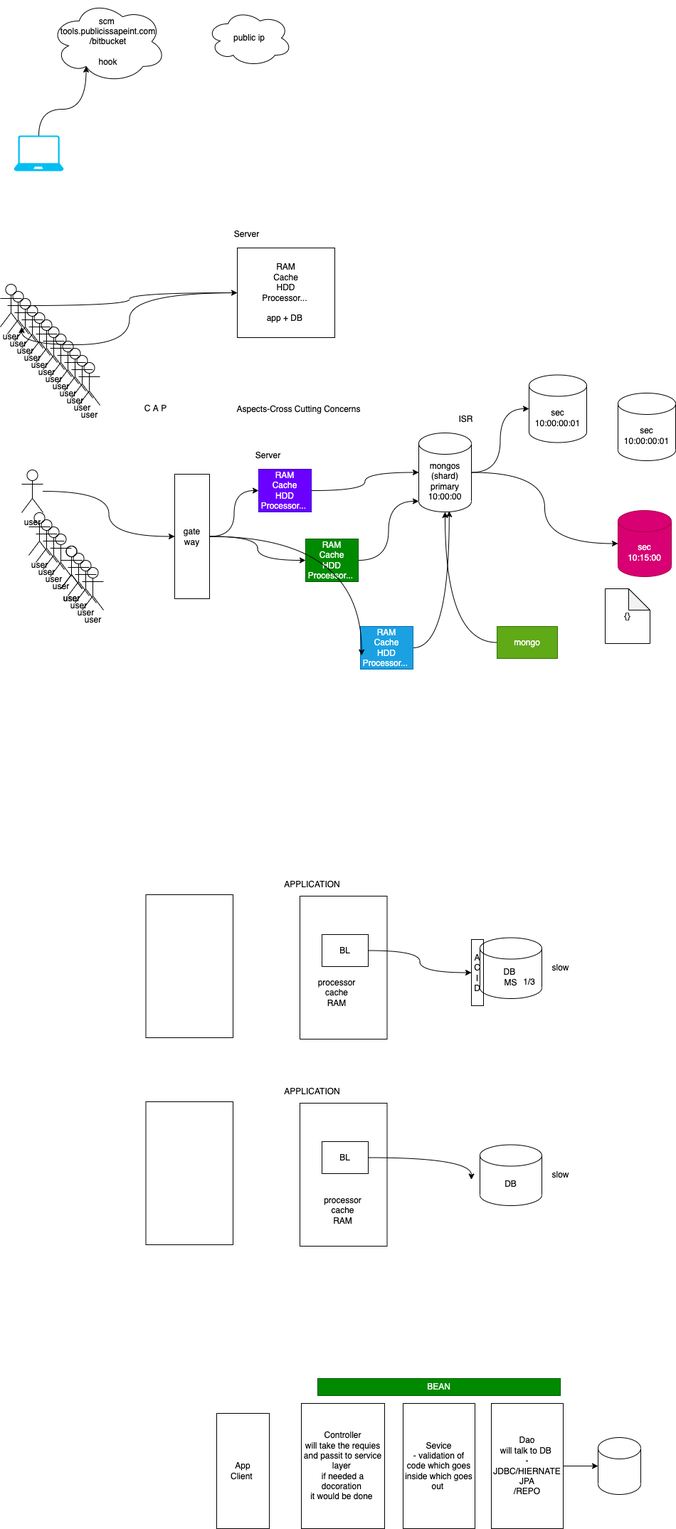
Before: images/day3.drawio.png, a diagram exported from draw.io (adithnaveen/2022-jul-asde-jfs-sapient). Source tidied: cells renumbered, new cells last; positions are measured from the earlier drawing's top-left corner, leaving out a move shared by most shapes.
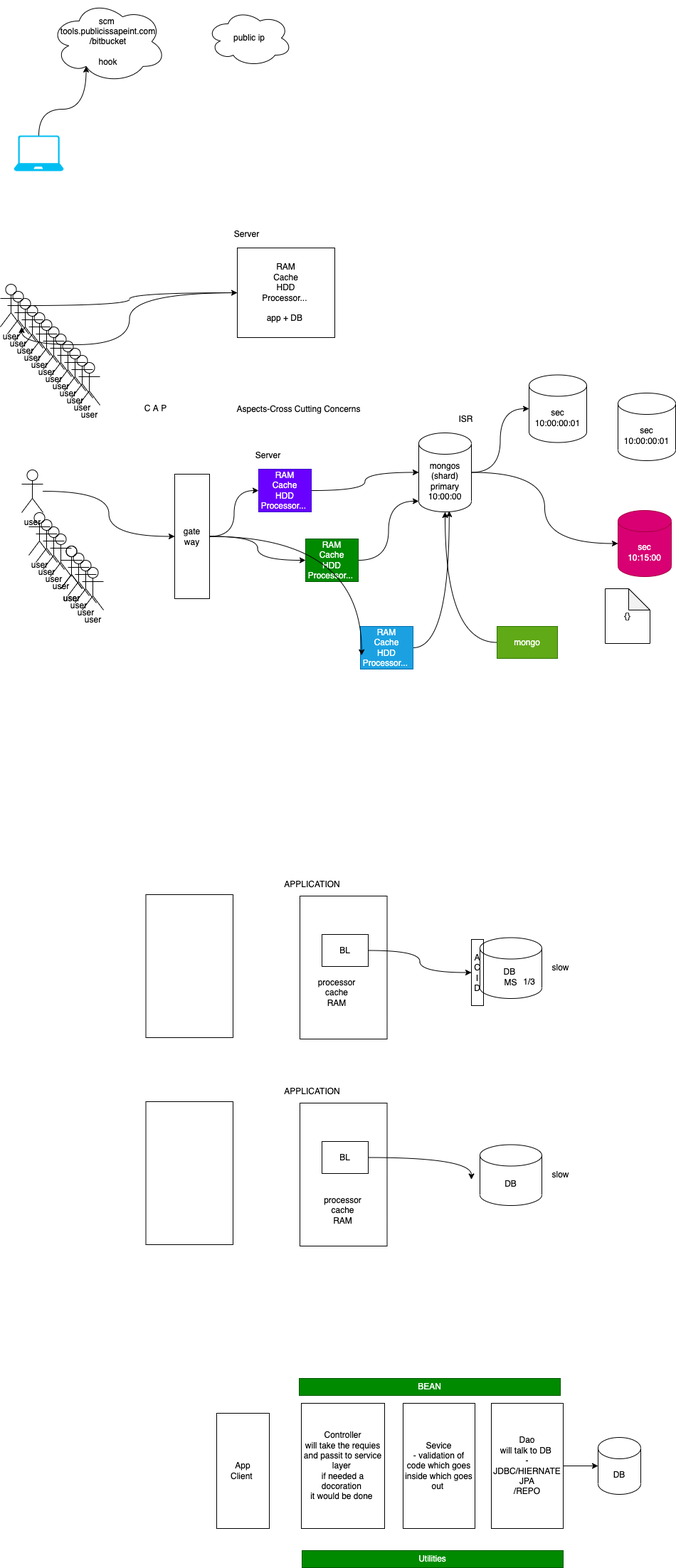
The same diagram one commit later.

Diff of the diagram source:
```diff
@@ -233,13 +233,16 @@
       <mxGeometry x="690" y="1972" width="101" height="176" as="geometry" />
     </mxCell>
     <mxCell id="78" value="BEAN" style="rounded=0;whiteSpace=wrap;html=1;fillColor=#008a00;fontColor=#ffffff;strokeColor=#005700;" parent="1" vertex="1">
-      <mxGeometry x="446" y="1937" width="341" height="24" as="geometry" />
+      <mxGeometry x="420" y="1937" width="367" height="24" as="geometry" />
     </mxCell>
     <mxCell id="79" value="App&lt;br&gt;Client&amp;nbsp;" style="rounded=0;whiteSpace=wrap;html=1;" parent="1" vertex="1">
       <mxGeometry x="304" y="1986" width="74" height="162" as="geometry" />
     </mxCell>
-    <mxCell id="80" style="shape=cylinder3;whiteSpace=wrap;html=1;boundedLbl=1;backgroundOutline=1;size=15;" parent="1" vertex="1">
+    <mxCell id="80" value="DB" style="shape=cylinder3;whiteSpace=wrap;html=1;boundedLbl=1;backgroundOutline=1;size=15;" parent="1" vertex="1">
       <mxGeometry x="840" y="2020" width="60" height="80" as="geometry" />
     </mxCell>
+    <mxCell id="81" value="Utilities" style="rounded=0;whiteSpace=wrap;html=1;fillColor=#008a00;fontColor=#ffffff;strokeColor=#005700;" parent="1" vertex="1">
+      <mxGeometry x="424" y="2179" width="367" height="24" as="geometry" />
+    </mxCell>
   </root>
 </mxGraphModel>
```
